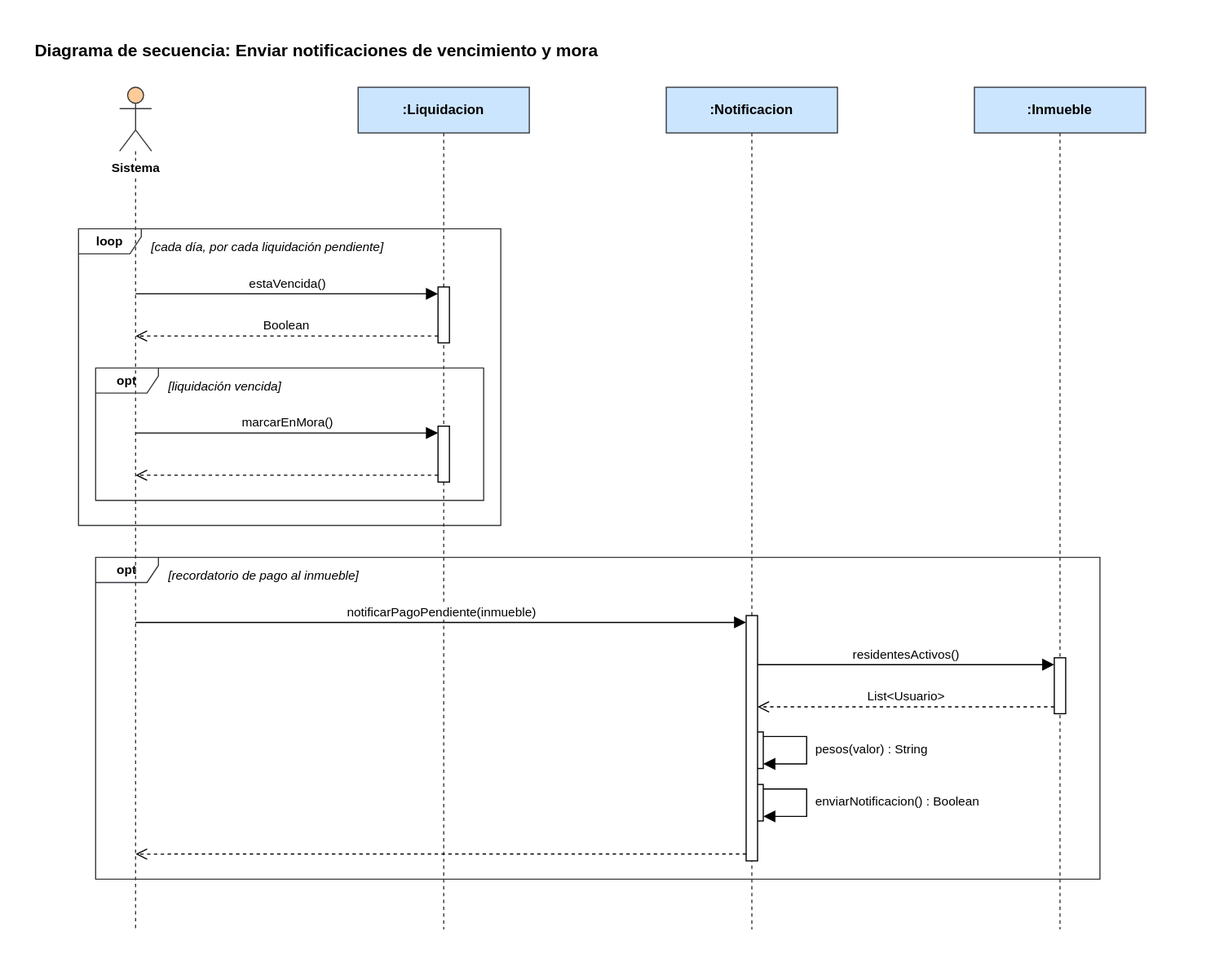
Above: Diagramas/Secuencia/enviar-notificaciones-de-vencimiento-y-mora.svg in manuel20051208/HorizontalSoftware-Back-End (draw.io), before the change. Source tidied: cells renumbered, new cells last; positions are measured from the earlier drawing's top-left corner, leaving out a move shared by most shapes.
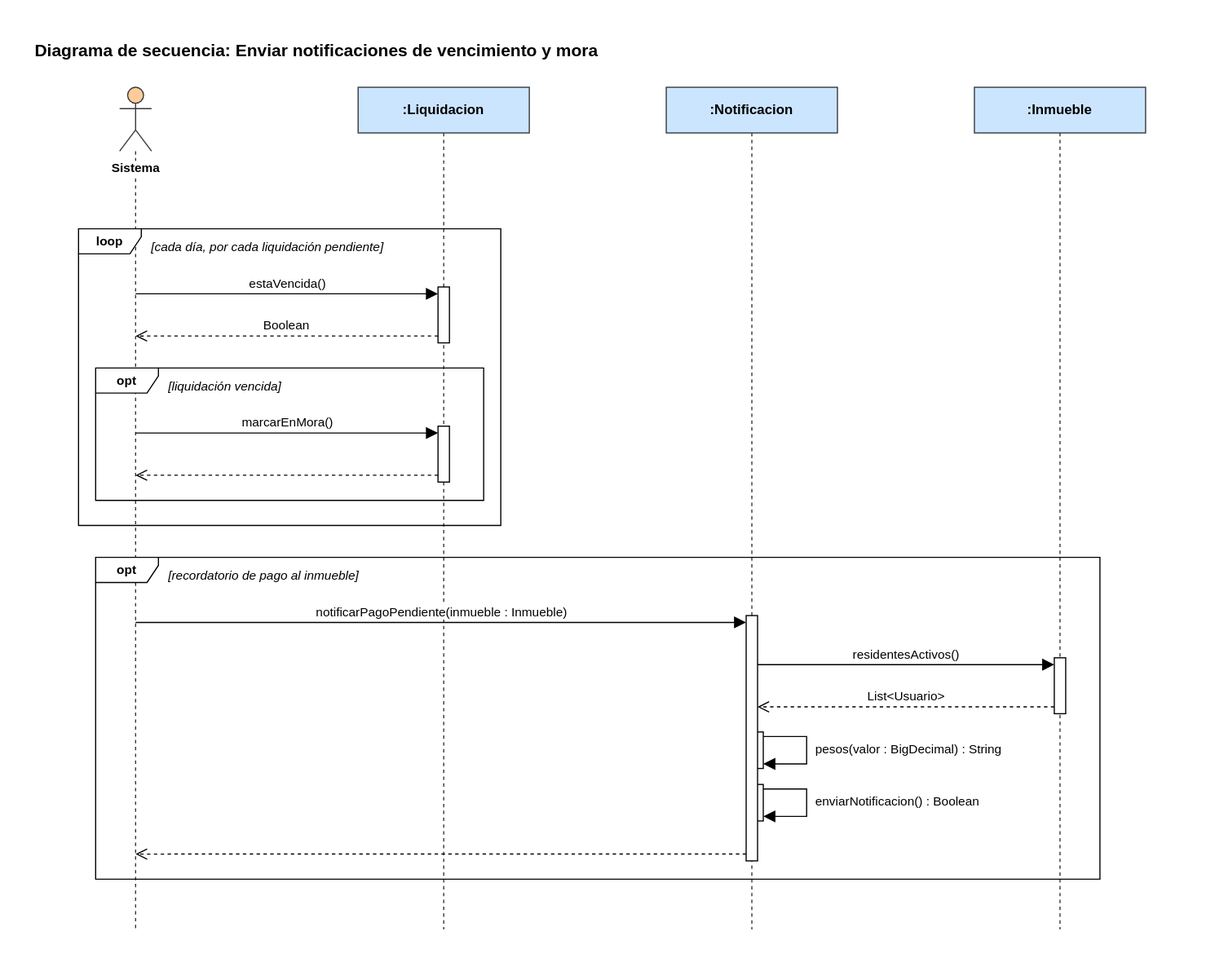
The same diagram one commit later.

What changed in the source:
```diff
@@ -47,7 +47,7 @@
     <mxCell id="16" style="html=1;verticalAlign=bottom;rounded=0;fontSize=11;strokeColor=#000000;dashed=1;endArrow=open;endFill=0;endSize=8;exitX=0.0000;exitY=0.8776;exitDx=0;exitDy=0;exitPerimeter=0;entryX=0.5000;entryY=0.4607;entryDx=0;entryDy=0;entryPerimeter=0;" parent="1" edge="1" source="8" target="3">
       <mxGeometry relative="1" as="geometry" />
     </mxCell>
-    <mxCell id="17" value="notificarPagoPendiente(inmueble)" style="html=1;verticalAlign=bottom;rounded=0;fontSize=11;strokeColor=#000000;endArrow=block;endFill=1;endSize=8;exitX=0.5000;exitY=0.6355;exitDx=0;exitDy=0;exitPerimeter=0;entryX=0.0000;entryY=0.0279;entryDx=0;entryDy=0;entryPerimeter=0;" parent="1" edge="1" source="3" target="12">
+    <mxCell id="17" value="notificarPagoPendiente(inmueble : Inmueble)" style="html=1;verticalAlign=bottom;rounded=0;fontSize=11;strokeColor=#000000;endArrow=block;endFill=1;endSize=8;exitX=0.5000;exitY=0.6355;exitDx=0;exitDy=0;exitPerimeter=0;entryX=0.0000;entryY=0.0279;entryDx=0;entryDy=0;entryPerimeter=0;" parent="1" edge="1" source="3" target="12">
       <mxGeometry relative="1" as="geometry" />
     </mxCell>
     <mxCell id="18" value="residentesActivos()" style="html=1;verticalAlign=bottom;rounded=0;fontSize=11;strokeColor=#000000;endArrow=block;endFill=1;endSize=8;exitX=1.0000;exitY=0.2000;exitDx=0;exitDy=0;exitPerimeter=0;entryX=0.0000;entryY=0.1224;entryDx=0;entryDy=0;entryPerimeter=0;" parent="1" edge="1" source="12" target="9">
@@ -75,19 +75,19 @@
     <mxCell id="22" style="html=1;verticalAlign=bottom;rounded=0;fontSize=11;strokeColor=#000000;dashed=1;endArrow=open;endFill=0;endSize=8;exitX=0.0000;exitY=0.9721;exitDx=0;exitDy=0;exitPerimeter=0;entryX=0.5000;entryY=0.9106;entryDx=0;entryDy=0;entryPerimeter=0;" parent="1" edge="1" source="12" target="3">
       <mxGeometry relative="1" as="geometry" />
     </mxCell>
-    <mxCell id="23" value="pesos(valor) : String" style="text;html=1;align=left;verticalAlign=top;whiteSpace=wrap;overflow=hidden;fontSize=11;" parent="1" vertex="1">
+    <mxCell id="23" value="pesos(valor : BigDecimal) : String" style="text;html=1;align=left;verticalAlign=top;whiteSpace=wrap;overflow=hidden;fontSize=11;" parent="1" vertex="1">
       <mxGeometry x="684" y="615" width="185" height="28" as="geometry" />
     </mxCell>
     <mxCell id="24" value="enviarNotificacion() : Boolean" style="text;html=1;align=left;verticalAlign=top;whiteSpace=wrap;overflow=hidden;fontSize=11;" parent="1" vertex="1">
       <mxGeometry x="684" y="661" width="185" height="28" as="geometry" />
     </mxCell>
-    <mxCell id="25" value="opt" style="shape=umlFrame;whiteSpace=wrap;html=1;fillColor=none;strokeColor=#36393d;fontStyle=1;fontSize=11;width=55;height=22;" parent="1" vertex="1">
+    <mxCell id="25" value="opt" style="shape=umlFrame;whiteSpace=wrap;html=1;fontStyle=1;fontSize=11;width=55;height=22;" parent="1" vertex="1">
       <mxGeometry x="55" y="294" width="340" height="116" as="geometry" />
     </mxCell>
-    <mxCell id="26" value="loop" style="shape=umlFrame;whiteSpace=wrap;html=1;fillColor=none;strokeColor=#36393d;fontStyle=1;fontSize=11;width=55;height=22;" parent="1" vertex="1">
+    <mxCell id="26" value="loop" style="shape=umlFrame;whiteSpace=wrap;html=1;fontStyle=1;fontSize=11;width=55;height=22;" parent="1" vertex="1">
       <mxGeometry x="40" y="172" width="370" height="260" as="geometry" />
     </mxCell>
-    <mxCell id="27" value="opt" style="shape=umlFrame;whiteSpace=wrap;html=1;fillColor=none;strokeColor=#36393d;fontStyle=1;fontSize=11;width=55;height=22;" parent="1" vertex="1">
+    <mxCell id="27" value="opt" style="shape=umlFrame;whiteSpace=wrap;html=1;fontStyle=1;fontSize=11;width=55;height=22;" parent="1" vertex="1">
       <mxGeometry x="55" y="460" width="880" height="282" as="geometry" />
     </mxCell>
     <mxCell id="28" value="[liquidación vencida]" style="text;html=1;align=left;verticalAlign=top;whiteSpace=wrap;fontSize=11;fontStyle=2;" parent="1" vertex="1">
```
